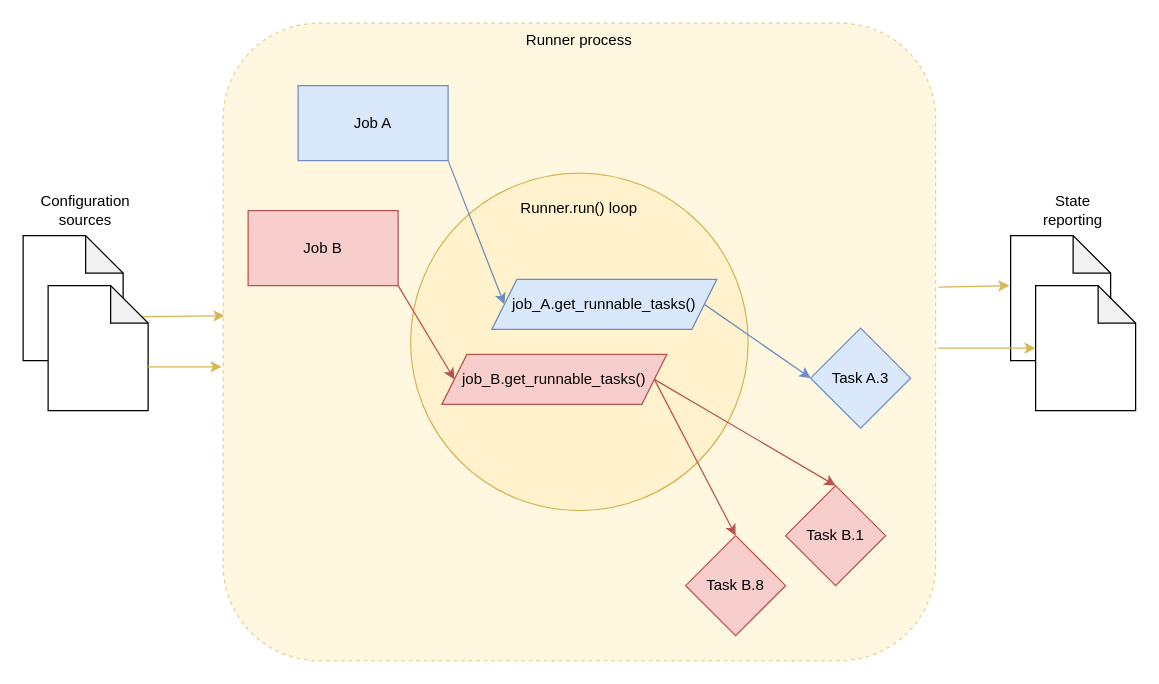
Earlier version of the draw.io diagram docs/_images/UJR_runner_loop.drawio (QUT-Digital-Observatory/untitled_job_runner). Source tidied: cells renumbered, new cells numbered last; positions are measured from the earlier drawing's top-left corner, leaving out a move shared by most shapes. Both pictures are drawn from the tidied source at 125%, with x=0, y=0 at pixel (22, 22).
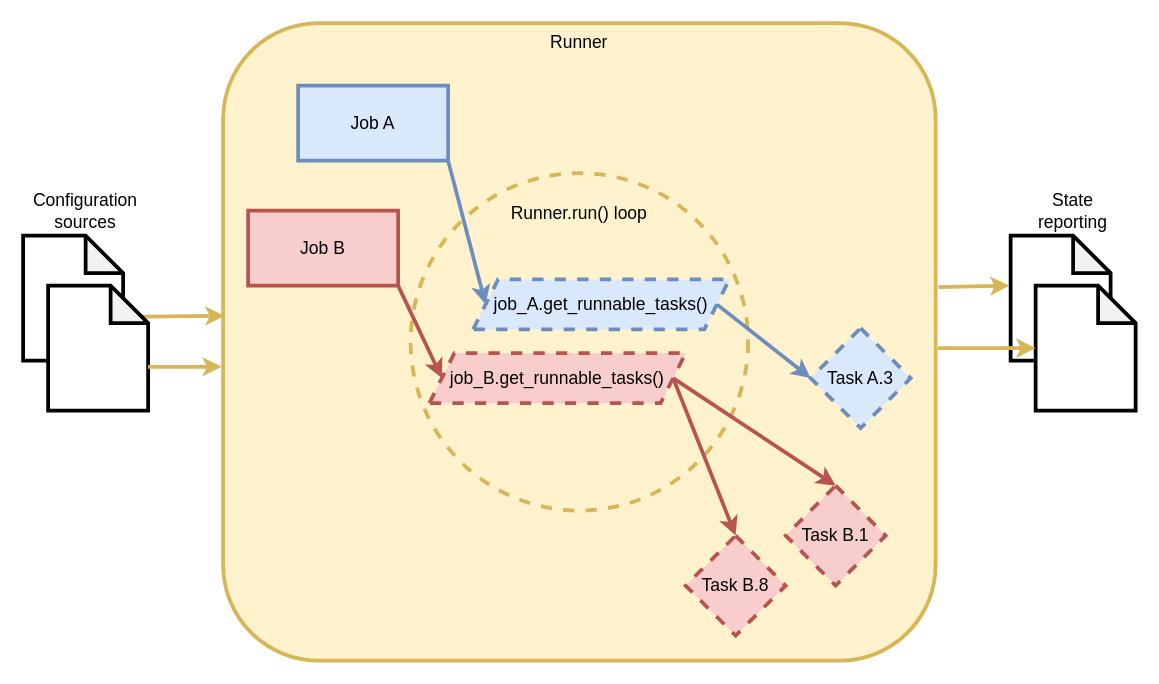
The same diagram, later.

Commit message (it also covers changes not shown here):
Update runner loop diagram

Change to the diagram source:
```diff
@@
-    <mxCell id="2" style="endArrow=classic;html=1;exitX=0;exitY=0;exitDx=80;exitDy=65;exitPerimeter=0;entryX=0.002;entryY=0.459;entryDx=0;entryDy=0;entryPerimeter=0;fillColor=#fff2cc;strokeColor=#d6b656;" parent="1" edge="1" source="5" target="3">
+    <mxCell id="2" style="endArrow=classic;html=1;exitX=0;exitY=0;exitDx=80;exitDy=65;exitPerimeter=0;entryX=0.002;entryY=0.459;entryDx=0;entryDy=0;entryPerimeter=0;fillColor=#fff2cc;strokeColor=#d6b656;strokeWidth=3;fontSize=14;" parent="1" edge="1" source="5" target="3">
       <mxGeometry relative="1" as="geometry" />
     </mxCell>
-    <mxCell id="3" value="Runner process" style="rounded=1;whiteSpace=wrap;html=1;verticalAlign=top;fillColor=#fff2cc;strokeColor=#d6b656;opacity=60;dashed=1;" parent="1" vertex="1">
+    <mxCell id="3" value="Runner" style="rounded=1;whiteSpace=wrap;html=1;verticalAlign=top;fillColor=#fff2cc;strokeColor=#d6b656;strokeWidth=3;fontSize=14;" parent="1" vertex="1">
       <mxGeometry x="160" width="570" height="510" as="geometry" />
     </mxCell>
-    <mxCell id="4" style="group;" parent="1" vertex="1">
+    <mxCell id="4" style="group;strokeWidth=3;fontSize=14;" parent="1" vertex="1">
       <mxGeometry y="140" width="100" height="170" as="geometry" />
     </mxCell>
-    <mxCell id="5" style="shape=note;whiteSpace=wrap;html=1;backgroundOutline=1;darkOpacity=0.05;" parent="4" vertex="1">
+    <mxCell id="5" style="shape=note;whiteSpace=wrap;html=1;backgroundOutline=1;darkOpacity=0.05;strokeWidth=3;fontSize=14;" parent="4" vertex="1">
       <mxGeometry y="30" width="80" height="100" as="geometry" />
     </mxCell>
-    <mxCell id="6" style="shape=note;whiteSpace=wrap;html=1;backgroundOutline=1;darkOpacity=0.05;" parent="4" vertex="1">
+    <mxCell id="6" style="shape=note;whiteSpace=wrap;html=1;backgroundOutline=1;darkOpacity=0.05;strokeWidth=3;fontSize=14;" parent="4" vertex="1">
       <mxGeometry x="20" y="70" width="80" height="100" as="geometry" />
     </mxCell>
-    <mxCell id="7" value="&lt;div align=&quot;center&quot;&gt;Configuration sources&lt;br&gt;&lt;/div&gt;" style="text;html=1;strokeColor=none;fillColor=none;align=center;verticalAlign=middle;whiteSpace=wrap;rounded=0;" parent="4" vertex="1">
+    <mxCell id="7" value="&lt;div style=&quot;font-size: 14px;&quot; align=&quot;center&quot;&gt;Configuration sources&lt;br style=&quot;font-size: 14px;&quot;&gt;&lt;/div&gt;" style="text;html=1;strokeColor=none;fillColor=none;align=center;verticalAlign=middle;whiteSpace=wrap;rounded=0;strokeWidth=3;fontSize=14;" parent="4" vertex="1">
       <mxGeometry x="30" width="40" height="20" as="geometry" />
     </mxCell>
-    <mxCell id="8" value="&lt;br&gt;Runner.run() loop" style="ellipse;whiteSpace=wrap;html=1;verticalAlign=top;fillColor=#fff2cc;strokeColor=#d6b656;" parent="1" vertex="1">
+    <mxCell id="8" value="&lt;br style=&quot;font-size: 14px;&quot;&gt;Runner.run() loop" style="ellipse;whiteSpace=wrap;html=1;verticalAlign=top;fillColor=#fff2cc;strokeColor=#d6b656;strokeWidth=3;dashed=1;fontSize=14;" parent="1" vertex="1">
       <mxGeometry x="310" y="120" width="270" height="270" as="geometry" />
     </mxCell>
-    <mxCell id="9" style="endArrow=classic;html=1;exitX=0;exitY=0;exitDx=80;exitDy=65;exitPerimeter=0;entryX=-0.002;entryY=0.539;entryDx=0;entryDy=0;fillColor=#fff2cc;strokeColor=#d6b656;entryPerimeter=0;" parent="1" edge="1" source="6" target="3">
+    <mxCell id="9" style="endArrow=classic;html=1;exitX=0;exitY=0;exitDx=80;exitDy=65;exitPerimeter=0;entryX=-0.002;entryY=0.539;entryDx=0;entryDy=0;fillColor=#fff2cc;strokeColor=#d6b656;entryPerimeter=0;strokeWidth=3;fontSize=14;" parent="1" edge="1" source="6" target="3">
       <mxGeometry relative="1" as="geometry" />
     </mxCell>
-    <mxCell id="10" style="group;" parent="1" vertex="1">
+    <mxCell id="10" style="group;strokeWidth=3;fontSize=14;" parent="1" vertex="1">
       <mxGeometry x="790" y="140" width="100" height="170" as="geometry" />
     </mxCell>
-    <mxCell id="11" style="shape=note;whiteSpace=wrap;html=1;backgroundOutline=1;darkOpacity=0.05;" parent="10" vertex="1">
+    <mxCell id="11" style="shape=note;whiteSpace=wrap;html=1;backgroundOutline=1;darkOpacity=0.05;strokeWidth=3;fontSize=14;" parent="10" vertex="1">
       <mxGeometry y="30" width="80" height="100" as="geometry" />
     </mxCell>
-    <mxCell id="12" style="shape=note;whiteSpace=wrap;html=1;backgroundOutline=1;darkOpacity=0.05;" parent="10" vertex="1">
+    <mxCell id="12" style="shape=note;whiteSpace=wrap;html=1;backgroundOutline=1;darkOpacity=0.05;strokeWidth=3;fontSize=14;" parent="10" vertex="1">
       <mxGeometry x="20" y="70" width="80" height="100" as="geometry" />
     </mxCell>
-    <mxCell id="13" value="State reporting" style="text;html=1;strokeColor=none;fillColor=none;align=center;verticalAlign=middle;whiteSpace=wrap;rounded=0;" parent="10" vertex="1">
+    <mxCell id="13" value="State reporting" style="text;html=1;strokeColor=none;fillColor=none;align=center;verticalAlign=middle;whiteSpace=wrap;rounded=0;strokeWidth=3;fontSize=14;" parent="10" vertex="1">
       <mxGeometry x="30" width="40" height="20" as="geometry" />
     </mxCell>
-    <mxCell id="14" style="endArrow=classic;html=1;exitX=1.004;exitY=0.414;exitDx=0;exitDy=0;exitPerimeter=0;entryX=-0.012;entryY=0.4;entryDx=0;entryDy=0;entryPerimeter=0;fillColor=#fff2cc;strokeColor=#d6b656;" parent="1" edge="1" source="3" target="11">
+    <mxCell id="14" style="endArrow=classic;html=1;exitX=1.004;exitY=0.414;exitDx=0;exitDy=0;exitPerimeter=0;entryX=-0.012;entryY=0.4;entryDx=0;entryDy=0;entryPerimeter=0;fillColor=#fff2cc;strokeColor=#d6b656;strokeWidth=3;fontSize=14;" parent="1" edge="1" source="3" target="11">
       <mxGeometry relative="1" as="geometry" />
     </mxCell>
-    <mxCell id="15" style="endArrow=classic;html=1;entryX=0;entryY=0.5;entryDx=0;entryDy=0;entryPerimeter=0;fillColor=#fff2cc;strokeColor=#d6b656;" parent="1" edge="1" target="12">
+    <mxCell id="15" style="endArrow=classic;html=1;entryX=0;entryY=0.5;entryDx=0;entryDy=0;entryPerimeter=0;fillColor=#fff2cc;strokeColor=#d6b656;strokeWidth=3;fontSize=14;" parent="1" edge="1" target="12">
       <mxGeometry relative="1" as="geometry">
         <mxPoint x="732" y="260" as="sourcePoint" />
       </mxGeometry>
     </mxCell>
-    <mxCell id="16" value="Job A" style="rounded=0;whiteSpace=wrap;html=1;fillColor=#dae8fc;strokeColor=#6c8ebf;" parent="1" vertex="1">
+    <mxCell id="16" value="Job A" style="rounded=0;whiteSpace=wrap;html=1;fillColor=#dae8fc;strokeColor=#6c8ebf;strokeWidth=3;fontSize=14;" parent="1" vertex="1">
       <mxGeometry x="220" y="50" width="120" height="60" as="geometry" />
     </mxCell>
-    <mxCell id="17" value="Job B" style="rounded=0;whiteSpace=wrap;html=1;fillColor=#f8cecc;strokeColor=#b85450;" parent="1" vertex="1">
+    <mxCell id="17" value="Job B" style="rounded=0;whiteSpace=wrap;html=1;fillColor=#f8cecc;strokeColor=#b85450;strokeWidth=3;fontSize=14;" parent="1" vertex="1">
       <mxGeometry x="180" y="150" width="120" height="60" as="geometry" />
     </mxCell>
-    <mxCell id="18" value="Task A.3" style="rhombus;whiteSpace=wrap;html=1;fillColor=#dae8fc;strokeColor=#6c8ebf;" parent="1" vertex="1">
+    <mxCell id="18" value="Task A.3" style="rhombus;whiteSpace=wrap;html=1;fillColor=#dae8fc;strokeColor=#6c8ebf;strokeWidth=3;dashed=1;fontSize=14;" parent="1" vertex="1">
       <mxGeometry x="630" y="244" width="80" height="80" as="geometry" />
     </mxCell>
-    <mxCell id="19" value="Task B.1" style="rhombus;whiteSpace=wrap;html=1;fillColor=#f8cecc;strokeColor=#b85450;" parent="1" vertex="1">
+    <mxCell id="19" value="Task B.1" style="rhombus;whiteSpace=wrap;html=1;fillColor=#f8cecc;strokeColor=#b85450;strokeWidth=3;dashed=1;fontSize=14;" parent="1" vertex="1">
       <mxGeometry x="610" y="370" width="80" height="80" as="geometry" />
     </mxCell>
-    <mxCell id="20" value="Task B.8" style="rhombus;whiteSpace=wrap;html=1;fillColor=#f8cecc;strokeColor=#b85450;" parent="1" vertex="1">
+    <mxCell id="20" value="Task B.8" style="rhombus;whiteSpace=wrap;html=1;fillColor=#f8cecc;strokeColor=#b85450;strokeWidth=3;dashed=1;fontSize=14;" parent="1" vertex="1">
       <mxGeometry x="530" y="410" width="80" height="80" as="geometry" />
     </mxCell>
-    <mxCell id="21" value="job_B.get_runnable_tasks()" style="shape=parallelogram;perimeter=parallelogramPerimeter;whiteSpace=wrap;html=1;fixedSize=1;fillColor=#f8cecc;strokeColor=#b85450;" parent="1" vertex="1">
-      <mxGeometry x="335" y="265" width="180" height="40" as="geometry" />
+    <mxCell id="21" value="job_B.get_runnable_tasks()" style="shape=parallelogram;perimeter=parallelogramPerimeter;whiteSpace=wrap;html=1;fixedSize=1;fillColor=#f8cecc;strokeColor=#b85450;strokeWidth=3;dashed=1;fontSize=14;" parent="1" vertex="1">
+      <mxGeometry x="325" y="264" width="205" height="40" as="geometry" />
     </mxCell>
-    <mxCell id="22" value="job_A.get_runnable_tasks()" style="shape=parallelogram;perimeter=parallelogramPerimeter;whiteSpace=wrap;html=1;fixedSize=1;fillColor=#dae8fc;strokeColor=#6c8ebf;" parent="1" vertex="1">
-      <mxGeometry x="375" y="205" width="180" height="40" as="geometry" />
+    <mxCell id="22" value="job_A.get_runnable_tasks()" style="shape=parallelogram;perimeter=parallelogramPerimeter;whiteSpace=wrap;html=1;fixedSize=1;fillColor=#dae8fc;strokeColor=#6c8ebf;strokeWidth=3;dashed=1;fontSize=14;" parent="1" vertex="1">
+      <mxGeometry x="360" y="205" width="205" height="40" as="geometry" />
     </mxCell>
-    <mxCell id="23" style="endArrow=classic;html=1;exitX=1;exitY=1;exitDx=0;exitDy=0;entryX=0;entryY=0.5;entryDx=0;entryDy=0;fillColor=#f8cecc;strokeColor=#b85450;" parent="1" edge="1" source="17" target="21">
+    <mxCell id="23" style="endArrow=classic;html=1;exitX=1;exitY=1;exitDx=0;exitDy=0;entryX=0;entryY=0.5;entryDx=0;entryDy=0;fillColor=#f8cecc;strokeColor=#b85450;strokeWidth=3;fontSize=14;" parent="1" edge="1" source="17" target="21">
       <mxGeometry relative="1" as="geometry" />
     </mxCell>
-    <mxCell id="24" style="endArrow=classic;html=1;exitX=1;exitY=1;exitDx=0;exitDy=0;entryX=0;entryY=0.5;entryDx=0;entryDy=0;fillColor=#dae8fc;strokeColor=#6c8ebf;" parent="1" edge="1" source="16" target="22">
+    <mxCell id="24" style="endArrow=classic;html=1;exitX=1;exitY=1;exitDx=0;exitDy=0;entryX=0;entryY=0.5;entryDx=0;entryDy=0;fillColor=#dae8fc;strokeColor=#6c8ebf;strokeWidth=3;fontSize=14;" parent="1" edge="1" source="16" target="22">
       <mxGeometry relative="1" as="geometry" />
     </mxCell>
-    <mxCell id="25" style="endArrow=classic;html=1;exitX=1;exitY=0.5;exitDx=0;exitDy=0;entryX=0;entryY=0.5;entryDx=0;entryDy=0;fillColor=#dae8fc;strokeColor=#6c8ebf;" parent="1" edge="1" source="22" target="18">
+    <mxCell id="25" style="endArrow=classic;html=1;exitX=1;exitY=0.5;exitDx=0;exitDy=0;entryX=0;entryY=0.5;entryDx=0;entryDy=0;fillColor=#dae8fc;strokeColor=#6c8ebf;strokeWidth=3;fontSize=14;" parent="1" edge="1" source="22" target="18">
       <mxGeometry relative="1" as="geometry" />
     </mxCell>
-    <mxCell id="26" style="endArrow=classic;html=1;exitX=1;exitY=0.5;exitDx=0;exitDy=0;entryX=0.5;entryY=0;entryDx=0;entryDy=0;fillColor=#f8cecc;strokeColor=#b85450;" parent="1" edge="1" source="21" target="19">
+    <mxCell id="26" style="endArrow=classic;html=1;exitX=1;exitY=0.5;exitDx=0;exitDy=0;entryX=0.5;entryY=0;entryDx=0;entryDy=0;fillColor=#f8cecc;strokeColor=#b85450;strokeWidth=3;fontSize=14;" parent="1" edge="1" source="21" target="19">
       <mxGeometry relative="1" as="geometry" />
     </mxCell>
-    <mxCell id="27" style="endArrow=classic;html=1;exitX=1;exitY=0.5;exitDx=0;exitDy=0;entryX=0.5;entryY=0;entryDx=0;entryDy=0;fillColor=#f8cecc;strokeColor=#b85450;" parent="1" edge="1" source="21" target="20">
+    <mxCell id="27" style="endArrow=classic;html=1;exitX=1;exitY=0.5;exitDx=0;exitDy=0;entryX=0.5;entryY=0;entryDx=0;entryDy=0;fillColor=#f8cecc;strokeColor=#b85450;strokeWidth=3;fontSize=14;" parent="1" edge="1" source="21" target="20">
       <mxGeometry relative="1" as="geometry" />
     </mxCell>
```
